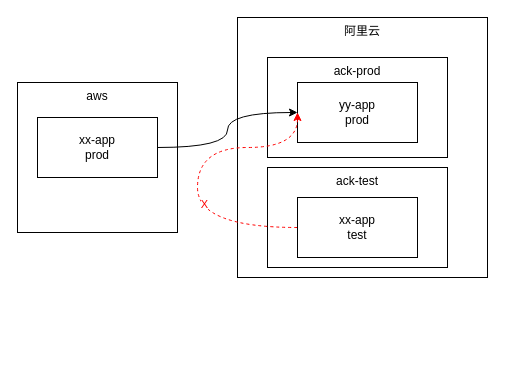
Before: 腾云项目验证期间-网络隔离方案.drawio in catface996/images, a draw.io diagram. Source tidied: cells renumbered, new cells numbered last; positions are measured from the earlier drawing's top-left corner, leaving out a move shared by most shapes. Both pictures are drawn from the tidied source at 100%, with x=0, y=0 at pixel (17, 17).
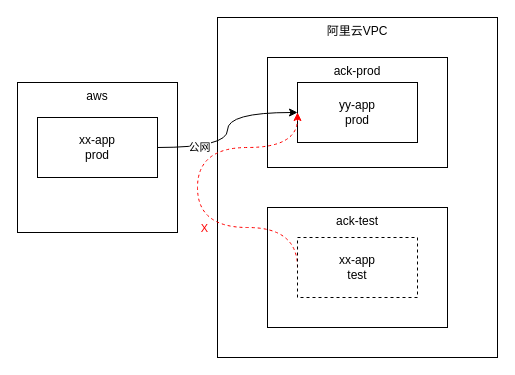
The same diagram, later.

Commit message (it also covers changes not shown here):
更新腾云项目验证期间-网络隔离方案.drawio

Diff of the diagram source:
```diff
@@
 <mxGraphModel>
   <root>
     <mxCell id="0" />
     <mxCell id="1" parent="0" />
     <mxCell id="2" value="aws" style="rounded=0;whiteSpace=wrap;html=1;verticalAlign=top;" parent="1" vertex="1">
       <mxGeometry y="65" width="160" height="150" as="geometry" />
     </mxCell>
-    <mxCell id="3" value="阿里云" style="rounded=0;whiteSpace=wrap;html=1;align=center;verticalAlign=top;" parent="1" vertex="1">
-      <mxGeometry x="220" width="250" height="260" as="geometry" />
+    <mxCell id="3" value="阿里云VPC" style="rounded=0;whiteSpace=wrap;html=1;align=center;verticalAlign=top;" parent="1" vertex="1">
+      <mxGeometry x="200" width="280" height="340" as="geometry" />
     </mxCell>
     <mxCell id="4" value="xx-app&lt;br&gt;prod" style="rounded=0;whiteSpace=wrap;html=1;" parent="1" vertex="1">
       <mxGeometry x="20" y="100" width="120" height="60" as="geometry" />
     </mxCell>
     <mxCell id="5" value="ack-prod" style="rounded=0;whiteSpace=wrap;html=1;verticalAlign=top;" parent="1" vertex="1">
-      <mxGeometry x="250" y="40" width="180" height="100" as="geometry" />
+      <mxGeometry x="250" y="40" width="180" height="110" as="geometry" />
     </mxCell>
     <mxCell id="6" value="yy-app&lt;br&gt;prod" style="rounded=0;whiteSpace=wrap;html=1;" parent="1" vertex="1">
       <mxGeometry x="280" y="65" width="120" height="60" as="geometry" />
     </mxCell>
     <mxCell id="7" style="edgeStyle=orthogonalEdgeStyle;rounded=0;jettySize=auto;html=1;entryX=0;entryY=0.5;entryDx=0;entryDy=0;curved=1;" parent="1" edge="1" source="4" target="6">
       <mxGeometry relative="1" as="geometry" />
     </mxCell>
+    <mxCell id="12" value="公网" style="edgeLabel;html=1;align=center;verticalAlign=middle;fontColor=#000000;" parent="7" vertex="1">
+      <mxGeometry x="-0.53" y="1" relative="1" as="geometry" />
+    </mxCell>
     <mxCell id="8" value="ack-test" style="rounded=0;whiteSpace=wrap;html=1;verticalAlign=top;" parent="1" vertex="1">
-      <mxGeometry x="250" y="150" width="180" height="100" as="geometry" />
+      <mxGeometry x="250" y="190" width="180" height="120" as="geometry" />
     </mxCell>
     <mxCell id="9" style="edgeStyle=orthogonalEdgeStyle;curved=1;rounded=0;jettySize=auto;html=1;entryX=0;entryY=0.5;entryDx=0;entryDy=0;exitX=0;exitY=0.5;exitDx=0;exitDy=0;dashed=1;strokeColor=#FF0000;" parent="1" edge="1" source="11" target="6">
       <mxGeometry relative="1" as="geometry">
         <Array as="points">
           <mxPoint x="180" y="210" />
           <mxPoint x="180" y="130" />
           <mxPoint x="280" y="130" />
         </Array>
       </mxGeometry>
     </mxCell>
     <mxCell id="10" value="X" style="edgeLabel;html=1;align=center;verticalAlign=middle;fontColor=#FF0000;" parent="9" vertex="1">
       <mxGeometry x="-0.21" y="-6" relative="1" as="geometry" />
     </mxCell>
-    <mxCell id="11" value="xx-app&lt;br&gt;test" style="rounded=0;whiteSpace=wrap;html=1;" parent="1" vertex="1">
-      <mxGeometry x="280" y="180" width="120" height="60" as="geometry" />
+    <mxCell id="11" value="xx-app&lt;br&gt;test" style="rounded=0;whiteSpace=wrap;html=1;dashed=1;" parent="1" vertex="1">
+      <mxGeometry x="280" y="220" width="120" height="60" as="geometry" />
     </mxCell>
   </root>
 </mxGraphModel>
```
